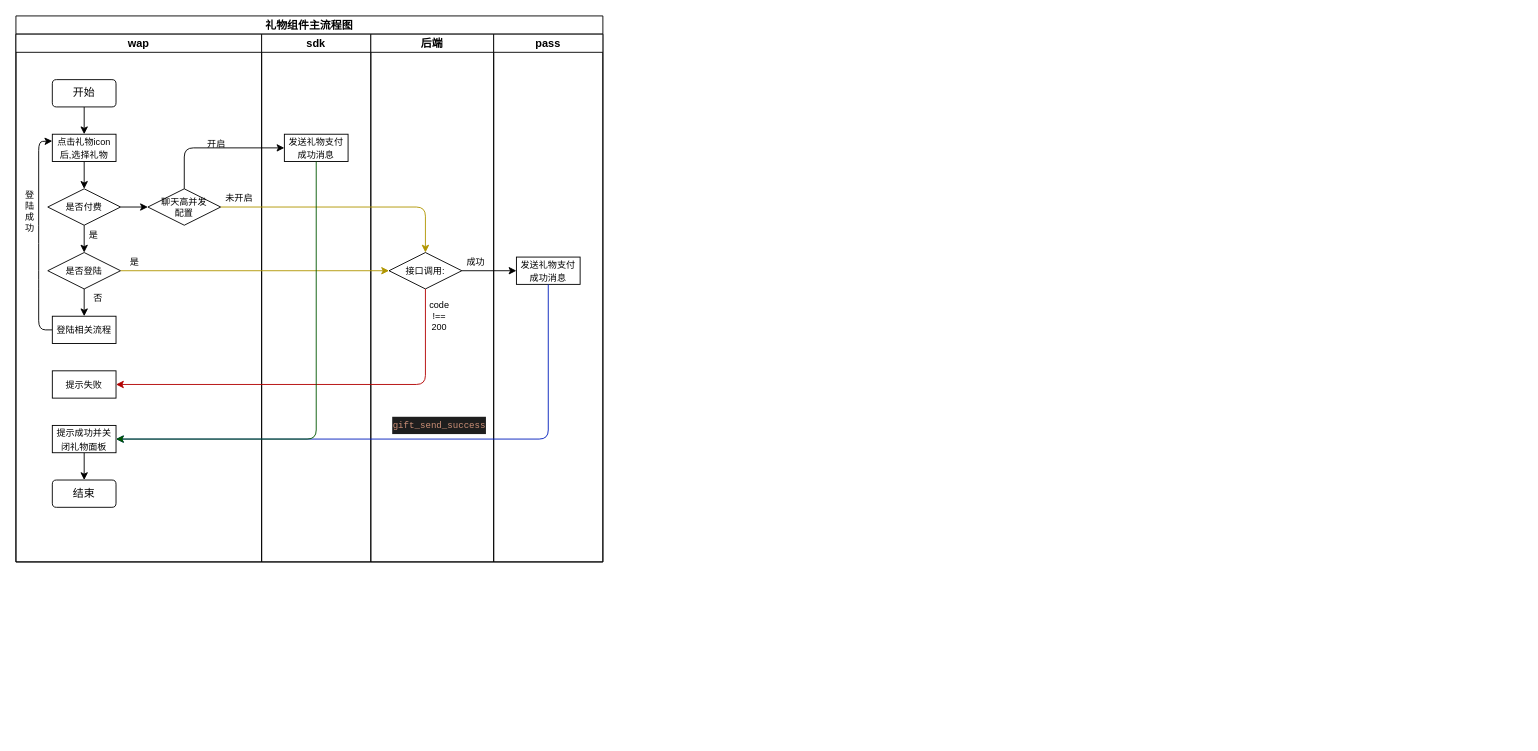
Earlier version of the draw.io diagram src/packages/footer-tools/src/component/gifts/doc/gifts.drawio (github-zoqg/vhall-platform). Source tidied: cells renumbered, new cells numbered last; positions are measured from the earlier drawing's top-left corner, leaving out a move shared by most shapes. Both pictures are drawn from the tidied source at 91%, with x=0, y=0 at pixel (15, 15).
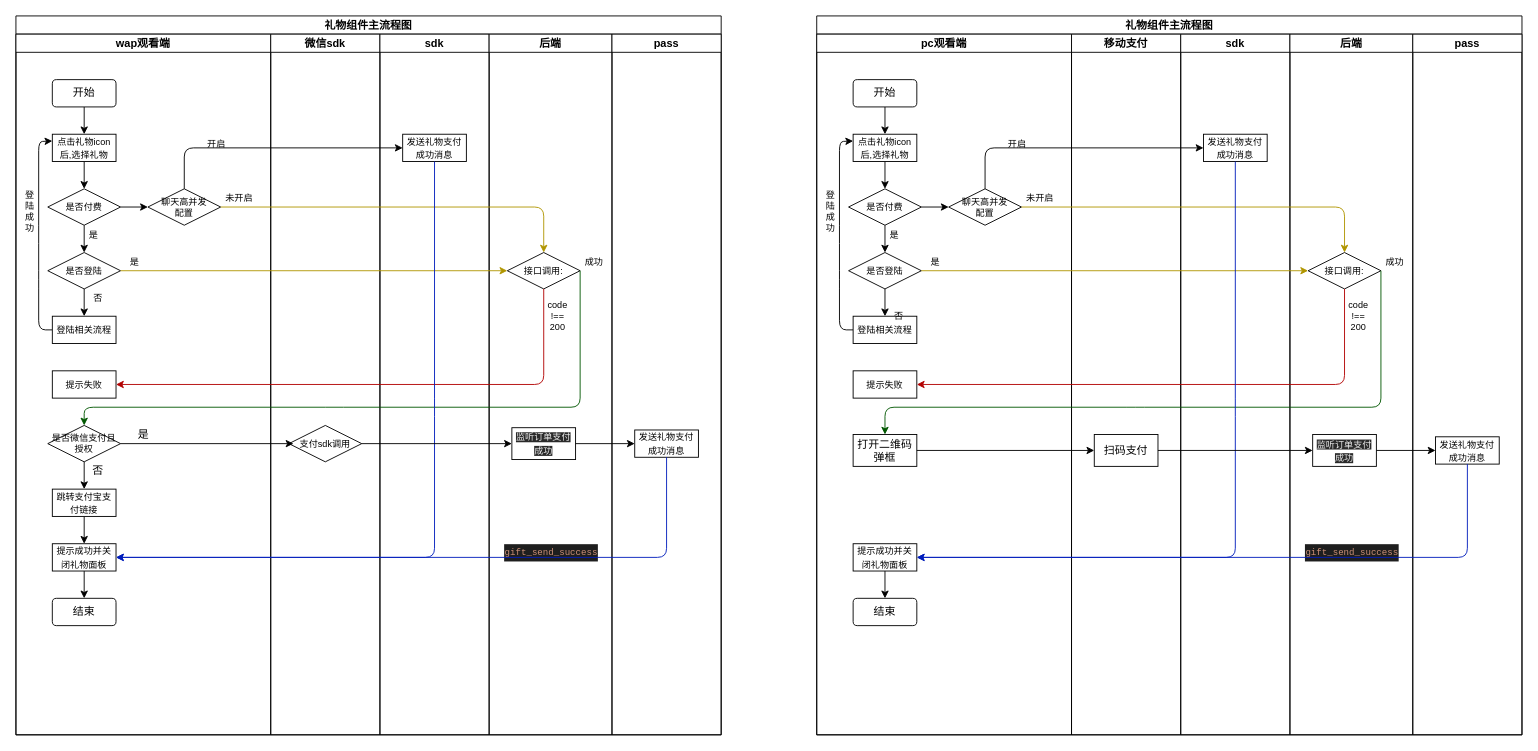
The same page after the edit.

Commit message (it also covers changes not shown here):
feat: 礼物流程图修改

Unchanged cells that the change refers to:
```xml
<mxCell id="18" value="&lt;font style=&quot;font-size: 10px&quot;&gt;提示失败&lt;/font&gt;" style="rounded=0;whiteSpace=wrap;html=1;" parent="3" vertex="1">
  <mxGeometry x="40" y="370" width="70" height="30" as="geometry" />
</mxCell>
<mxCell id="22" value="聊天高并发&lt;br&gt;配置" style="rhombus;whiteSpace=wrap;html=1;fontSize=10;" parent="3" vertex="1">
  <mxGeometry x="145" y="170" width="80" height="40" as="geometry" />
</mxCell>
<mxCell id="26" value="&lt;font style=&quot;font-size: 10px&quot;&gt;发送礼物支付成功消息&lt;/font&gt;" style="rounded=0;whiteSpace=wrap;html=1;" parent="25" vertex="1">
  <mxGeometry x="25" y="110" width="70" height="30" as="geometry" />
</mxCell>
<mxCell id="28" value="接口调用:" style="rhombus;whiteSpace=wrap;html=1;fontSize=10;" parent="27" vertex="1">
  <mxGeometry x="20" y="240" width="80" height="40" as="geometry" />
</mxCell>
```

The edit, as a diff of the source:
```diff
@@
     <mxCell id="2" value="礼物组件主流程图" style="swimlane;startSize=20;" parent="1" vertex="1">
-      <mxGeometry width="645" height="600" as="geometry" />
+      <mxGeometry width="775" height="790" as="geometry" />
     </mxCell>
-    <mxCell id="3" value="wap" style="swimlane;startSize=20;" parent="2" vertex="1">
-      <mxGeometry y="20" width="270" height="580" as="geometry" />
+    <mxCell id="3" value="wap观看端" style="swimlane;startSize=20;" parent="2" vertex="1">
+      <mxGeometry y="20" width="280" height="770" as="geometry" />
     </mxCell>
@@
     <mxCell id="20" value="&lt;font style=&quot;font-size: 10px&quot;&gt;提示成功并关闭礼物面板&lt;/font&gt;" style="rounded=0;whiteSpace=wrap;html=1;" parent="3" vertex="1">
-      <mxGeometry x="40" y="430" width="70" height="30" as="geometry" />
+      <mxGeometry x="40" y="560" width="70" height="30" as="geometry" />
     </mxCell>
     <mxCell id="21" value="结束" style="rounded=1;whiteSpace=wrap;html=1;" parent="3" vertex="1">
-      <mxGeometry x="40" y="490" width="70" height="30" as="geometry" />
+      <mxGeometry x="40" y="620" width="70" height="30" as="geometry" />
     </mxCell>
@@
+    <mxCell id="42" style="edgeStyle=none;html=1;entryX=0.5;entryY=0;entryDx=0;entryDy=0;" parent="3" edge="1" source="43" target="45">
+      <mxGeometry relative="1" as="geometry" />
+    </mxCell>
+    <mxCell id="43" value="是否微信支付且授权" style="rhombus;whiteSpace=wrap;html=1;fontSize=10;" parent="3" vertex="1">
+      <mxGeometry x="35" y="430" width="80" height="40" as="geometry" />
+    </mxCell>
+    <mxCell id="44" style="edgeStyle=none;html=1;entryX=0.5;entryY=0;entryDx=0;entryDy=0;" parent="3" edge="1" source="45" target="20">
+      <mxGeometry relative="1" as="geometry" />
+    </mxCell>
+    <mxCell id="45" value="&lt;span style=&quot;font-size: 10px&quot;&gt;跳转支付宝支付链接&lt;/span&gt;" style="rounded=0;whiteSpace=wrap;html=1;" parent="3" vertex="1">
+      <mxGeometry x="40" y="500" width="70" height="30" as="geometry" />
+    </mxCell>
+    <mxCell id="46" value="微信sdk" style="swimlane;startSize=20;" parent="2" vertex="1">
+      <mxGeometry x="280" y="20" width="120" height="770" as="geometry" />
+    </mxCell>
+    <mxCell id="47" value="支付sdk调用" style="rhombus;whiteSpace=wrap;html=1;fontSize=10;" parent="46" vertex="1">
+      <mxGeometry x="20" y="430" width="80" height="40" as="geometry" />
+    </mxCell>
     <mxCell id="25" value="sdk" style="swimlane;startSize=20;" parent="2" vertex="1">
-      <mxGeometry x="270" y="20" width="120" height="580" as="geometry" />
+      <mxGeometry x="400" y="20" width="120" height="770" as="geometry" />
     </mxCell>
@@
     <mxCell id="27" value="后端" style="swimlane;startSize=20;" parent="2" vertex="1">
-      <mxGeometry x="390" y="20" width="135" height="580" as="geometry" />
+      <mxGeometry x="520" y="20" width="135" height="770" as="geometry" />
     </mxCell>
@@
     <mxCell id="31" value="&lt;div style=&quot;color: rgb(212 , 212 , 212) ; background-color: rgb(30 , 30 , 30) ; font-family: &amp;#34;consolas&amp;#34; , &amp;#34;courier new&amp;#34; , monospace ; line-height: 19px&quot;&gt;&lt;span style=&quot;color: rgb(206 , 145 , 120)&quot;&gt;&lt;font style=&quot;font-size: 10px&quot;&gt;gift_send_success&lt;/font&gt;&lt;/span&gt;&lt;/div&gt;" style="text;html=1;align=center;verticalAlign=middle;strokeColor=none;fillColor=none;fontSize=10;" parent="27" vertex="1">
-      <mxGeometry x="20" y="420" width="110" height="20" as="geometry" />
+      <mxGeometry x="12.5" y="560" width="110" height="20" as="geometry" />
     </mxCell>
+    <mxCell id="48" value="&#10;&#10;&lt;span style=&quot;color: rgb(240, 240, 240); font-family: helvetica; font-size: 10px; font-style: normal; font-weight: 400; letter-spacing: normal; text-align: center; text-indent: 0px; text-transform: none; word-spacing: 0px; background-color: rgb(42, 42, 42); display: inline; float: none;&quot;&gt;监听订单支付成功&lt;/span&gt;&#10;&#10;" style="rounded=0;whiteSpace=wrap;html=1;" parent="27" vertex="1">
+      <mxGeometry x="25" y="432.5" width="70" height="35" as="geometry" />
+    </mxCell>
     <mxCell id="32" value="pass" style="swimlane;startSize=20;" parent="2" vertex="1">
-      <mxGeometry x="525" y="20" width="120" height="580" as="geometry" />
+      <mxGeometry x="655" y="20" width="120" height="770" as="geometry" />
     </mxCell>
     <mxCell id="33" value="&lt;font style=&quot;font-size: 10px&quot;&gt;发送礼物支付成功消息&lt;/font&gt;" style="rounded=0;whiteSpace=wrap;html=1;" parent="32" vertex="1">
-      <mxGeometry x="25" y="245" width="70" height="30" as="geometry" />
+      <mxGeometry x="25" y="435" width="70" height="30" as="geometry" />
     </mxCell>
     <mxCell id="34" style="edgeStyle=none;html=1;fontSize=10;entryX=1;entryY=0.5;entryDx=0;entryDy=0;fillColor=#e51400;strokeColor=#B20000;" parent="2" edge="1" source="28" target="18">
       <mxGeometry relative="1" as="geometry">
         <Array as="points">
-          <mxPoint x="450" y="405" />
+          <mxPoint x="580" y="405" />
         </Array>
       </mxGeometry>
     </mxCell>
-    <mxCell id="35" style="edgeStyle=none;html=1;fontSize=10;" parent="2" edge="1" source="28" target="33">
-      <mxGeometry relative="1" as="geometry" />
+    <mxCell id="35" style="edgeStyle=none;html=1;fontSize=10;entryX=0.5;entryY=0;entryDx=0;entryDy=0;exitX=1;exitY=0.5;exitDx=0;exitDy=0;fillColor=#008a00;strokeColor=#005700;" parent="2" edge="1" source="28" target="43">
+      <mxGeometry relative="1" as="geometry">
+        <Array as="points">
+          <mxPoint x="620" y="430" />
+          <mxPoint x="350" y="430" />
+          <mxPoint x="75" y="430" />
+        </Array>
+      </mxGeometry>
     </mxCell>
     <mxCell id="36" style="edgeStyle=none;html=1;fontSize=10;entryX=1;entryY=0.5;entryDx=0;entryDy=0;fillColor=#0050ef;strokeColor=#001DBC;" parent="2" edge="1" source="33" target="20">
       <mxGeometry relative="1" as="geometry">
         <Array as="points">
-          <mxPoint x="585" y="465" />
+          <mxPoint x="715" y="595" />
         </Array>
       </mxGeometry>
     </mxCell>
@@
     <mxCell id="38" style="edgeStyle=none;html=1;entryX=0.5;entryY=0;entryDx=0;entryDy=0;fontSize=10;exitX=1;exitY=0.5;exitDx=0;exitDy=0;fillColor=#e3c800;strokeColor=#B09500;" parent="2" edge="1" source="22" target="28">
       <mxGeometry relative="1" as="geometry">
         <Array as="points">
-          <mxPoint x="450" y="210" />
+          <mxPoint x="580" y="210" />
         </Array>
       </mxGeometry>
     </mxCell>
@@
-    <mxCell id="40" style="edgeStyle=none;html=1;fontSize=10;entryX=1;entryY=0.5;entryDx=0;entryDy=0;fillColor=#008a00;strokeColor=#005700;" parent="2" edge="1" source="26" target="20">
+    <mxCell id="40" style="edgeStyle=none;html=1;fontSize=10;fillColor=#0050ef;strokeColor=#001DBC;entryX=1;entryY=0.5;entryDx=0;entryDy=0;" parent="2" edge="1" source="26" target="20">
       <mxGeometry relative="1" as="geometry">
         <Array as="points">
-          <mxPoint x="330" y="465" />
+          <mxPoint x="460" y="430" />
+          <mxPoint x="460" y="595" />
         </Array>
       </mxGeometry>
     </mxCell>
+    <mxCell id="49" style="edgeStyle=none;html=1;entryX=0;entryY=0.5;entryDx=0;entryDy=0;" parent="2" edge="1" source="43">
+      <mxGeometry relative="1" as="geometry">
+        <mxPoint x="305" y="470" as="targetPoint" />
+      </mxGeometry>
+    </mxCell>
+    <mxCell id="50" style="edgeStyle=none;html=1;entryX=0;entryY=0.5;entryDx=0;entryDy=0;" parent="2" edge="1" source="47" target="48">
+      <mxGeometry relative="1" as="geometry" />
+    </mxCell>
+    <mxCell id="51" style="edgeStyle=none;html=1;" parent="2" edge="1" source="48" target="33">
+      <mxGeometry relative="1" as="geometry" />
+    </mxCell>
@@
+    <mxCell id="52" value="否" style="text;html=1;align=center;verticalAlign=middle;strokeColor=none;fillColor=none;" parent="1" vertex="1">
+      <mxGeometry x="75" y="490" width="30" height="20" as="geometry" />
+    </mxCell>
+    <mxCell id="53" value="是" style="text;html=1;align=center;verticalAlign=middle;strokeColor=none;fillColor=none;" parent="1" vertex="1">
+      <mxGeometry x="125" y="450" width="30" height="20" as="geometry" />
+    </mxCell>
+    <mxCell id="54" value="礼物组件主流程图" style="swimlane;startSize=20;" parent="1" vertex="1">
+      <mxGeometry x="880" width="775" height="790" as="geometry" />
+    </mxCell>
+    <mxCell id="55" value="pc观看端" style="swimlane;startSize=20;" parent="54" vertex="1">
+      <mxGeometry y="20" width="280" height="770" as="geometry" />
+    </mxCell>
+    <mxCell id="56" style="edgeStyle=none;html=1;exitX=0.5;exitY=1;exitDx=0;exitDy=0;entryX=0.5;entryY=0;entryDx=0;entryDy=0;" parent="55" edge="1" source="57" target="59">
+      <mxGeometry relative="1" as="geometry" />
+    </mxCell>
+    <mxCell id="57" value="开始" style="rounded=1;whiteSpace=wrap;html=1;" parent="55" vertex="1">
+      <mxGeometry x="40" y="50" width="70" height="30" as="geometry" />
+    </mxCell>
+    <mxCell id="58" style="edgeStyle=none;html=1;fontSize=10;" parent="55" edge="1" source="59" target="62">
+      <mxGeometry relative="1" as="geometry" />
+    </mxCell>
+    <mxCell id="59" value="&lt;font style=&quot;font-size: 10px&quot;&gt;点击礼物icon后,选择礼物&lt;/font&gt;" style="rounded=0;whiteSpace=wrap;html=1;" parent="55" vertex="1">
+      <mxGeometry x="40" y="110" width="70" height="30" as="geometry" />
+    </mxCell>
+    <mxCell id="60" style="edgeStyle=none;html=1;fontSize=10;" parent="55" edge="1" source="62" target="64">
+      <mxGeometry relative="1" as="geometry" />
+    </mxCell>
+    <mxCell id="61" style="edgeStyle=none;html=1;fontSize=10;" parent="55" edge="1" source="62" target="74">
+      <mxGeometry relative="1" as="geometry" />
+    </mxCell>
+    <mxCell id="62" value="是否付费" style="rhombus;whiteSpace=wrap;html=1;fontSize=10;" parent="55" vertex="1">
+      <mxGeometry x="35" y="170" width="80" height="40" as="geometry" />
+    </mxCell>
+    <mxCell id="63" style="edgeStyle=none;html=1;fontSize=10;" parent="55" edge="1" source="64" target="66">
+      <mxGeometry relative="1" as="geometry" />
+    </mxCell>
+    <mxCell id="64" value="是否登陆" style="rhombus;whiteSpace=wrap;html=1;fontSize=10;" parent="55" vertex="1">
+      <mxGeometry x="35" y="240" width="80" height="40" as="geometry" />
+    </mxCell>
+    <mxCell id="65" style="edgeStyle=none;html=1;exitX=0;exitY=0.5;exitDx=0;exitDy=0;entryX=0;entryY=0.25;entryDx=0;entryDy=0;fontSize=10;" parent="55" edge="1" source="66" target="59">
+      <mxGeometry relative="1" as="geometry">
+        <Array as="points">
+          <mxPoint x="25" y="325" />
+          <mxPoint x="25" y="270" />
+          <mxPoint x="25" y="220" />
+          <mxPoint x="25" y="118" />
+        </Array>
+      </mxGeometry>
+    </mxCell>
+    <mxCell id="66" value="&lt;font style=&quot;font-size: 10px&quot;&gt;登陆相关流程&lt;/font&gt;" style="rounded=0;whiteSpace=wrap;html=1;" parent="55" vertex="1">
+      <mxGeometry x="40" y="310" width="70" height="30" as="geometry" />
+    </mxCell>
+    <mxCell id="67" value="登&lt;br&gt;陆&lt;br&gt;成&lt;br&gt;功" style="text;html=1;align=center;verticalAlign=middle;strokeColor=none;fillColor=none;fontSize=10;" parent="55" vertex="1">
+      <mxGeometry y="170" width="30" height="50" as="geometry" />
+    </mxCell>
+    <mxCell id="68" value="是" style="text;html=1;align=center;verticalAlign=middle;strokeColor=none;fillColor=none;fontSize=10;" parent="55" vertex="1">
+      <mxGeometry x="70" y="210" width="30" height="20" as="geometry" />
+    </mxCell>
+    <mxCell id="69" value="是" style="text;html=1;align=center;verticalAlign=middle;strokeColor=none;fillColor=none;fontSize=10;" parent="55" vertex="1">
+      <mxGeometry x="115" y="240" width="30" height="20" as="geometry" />
+    </mxCell>
+    <mxCell id="70" value="&lt;font style=&quot;font-size: 10px&quot;&gt;提示失败&lt;/font&gt;" style="rounded=0;whiteSpace=wrap;html=1;" parent="55" vertex="1">
+      <mxGeometry x="40" y="370" width="70" height="30" as="geometry" />
+    </mxCell>
+    <mxCell id="71" style="edgeStyle=none;html=1;fontSize=10;" parent="55" edge="1" source="72" target="73">
+      <mxGeometry relative="1" as="geometry" />
+    </mxCell>
+    <mxCell id="72" value="&lt;font style=&quot;font-size: 10px&quot;&gt;提示成功并关闭礼物面板&lt;/font&gt;" style="rounded=0;whiteSpace=wrap;html=1;" parent="55" vertex="1">
+      <mxGeometry x="40" y="560" width="70" height="30" as="geometry" />
+    </mxCell>
+    <mxCell id="73" value="结束" style="rounded=1;whiteSpace=wrap;html=1;" parent="55" vertex="1">
+      <mxGeometry x="40" y="620" width="70" height="30" as="geometry" />
+    </mxCell>
+    <mxCell id="74" value="聊天高并发&lt;br&gt;配置" style="rhombus;whiteSpace=wrap;html=1;fontSize=10;" parent="55" vertex="1">
+      <mxGeometry x="145" y="170" width="80" height="40" as="geometry" />
+    </mxCell>
+    <mxCell id="75" value="未开启" style="text;html=1;align=center;verticalAlign=middle;strokeColor=none;fillColor=none;fontSize=10;" parent="55" vertex="1">
+      <mxGeometry x="220" y="170" width="50" height="20" as="geometry" />
+    </mxCell>
+    <mxCell id="76" value="开启" style="text;html=1;align=center;verticalAlign=middle;strokeColor=none;fillColor=none;fontSize=10;" parent="55" vertex="1">
+      <mxGeometry x="200" y="110" width="40" height="20" as="geometry" />
+    </mxCell>
+    <mxCell id="77" value="打开二维码弹框" style="rounded=0;whiteSpace=wrap;html=1;" parent="55" vertex="1">
+      <mxGeometry x="40" y="440" width="70" height="35" as="geometry" />
+    </mxCell>
+    <mxCell id="78" value="移动支付" style="swimlane;startSize=20;" parent="54" vertex="1">
+      <mxGeometry x="280" y="20" width="120" height="770" as="geometry" />
+    </mxCell>
+    <mxCell id="79" value="扫码支付" style="rounded=0;whiteSpace=wrap;html=1;" parent="78" vertex="1">
+      <mxGeometry x="25" y="440" width="70" height="35" as="geometry" />
+    </mxCell>
+    <mxCell id="80" value="sdk" style="swimlane;startSize=20;" parent="54" vertex="1">
+      <mxGeometry x="400" y="20" width="120" height="770" as="geometry" />
+    </mxCell>
+    <mxCell id="81" value="&lt;font style=&quot;font-size: 10px&quot;&gt;发送礼物支付成功消息&lt;/font&gt;" style="rounded=0;whiteSpace=wrap;html=1;" parent="80" vertex="1">
+      <mxGeometry x="25" y="110" width="70" height="30" as="geometry" />
+    </mxCell>
+    <mxCell id="82" value="后端" style="swimlane;startSize=20;" parent="54" vertex="1">
+      <mxGeometry x="520" y="20" width="135" height="770" as="geometry" />
+    </mxCell>
+    <mxCell id="83" value="接口调用:" style="rhombus;whiteSpace=wrap;html=1;fontSize=10;" parent="82" vertex="1">
+      <mxGeometry x="20" y="240" width="80" height="40" as="geometry" />
+    </mxCell>
+    <mxCell id="84" value="code&lt;br&gt;!==&lt;br&gt;200" style="text;html=1;align=center;verticalAlign=middle;strokeColor=none;fillColor=none;fontSize=10;" parent="82" vertex="1">
+      <mxGeometry x="55" y="290" width="40" height="40" as="geometry" />
+    </mxCell>
+    <mxCell id="85" value="成功" style="text;html=1;align=center;verticalAlign=middle;strokeColor=none;fillColor=none;fontSize=10;" parent="82" vertex="1">
+      <mxGeometry x="95" y="240" width="40" height="20" as="geometry" />
+    </mxCell>
+    <mxCell id="86" value="&lt;div style=&quot;color: rgb(212 , 212 , 212) ; background-color: rgb(30 , 30 , 30) ; font-family: &amp;#34;consolas&amp;#34; , &amp;#34;courier new&amp;#34; , monospace ; line-height: 19px&quot;&gt;&lt;span style=&quot;color: rgb(206 , 145 , 120)&quot;&gt;&lt;font style=&quot;font-size: 10px&quot;&gt;gift_send_success&lt;/font&gt;&lt;/span&gt;&lt;/div&gt;" style="text;html=1;align=center;verticalAlign=middle;strokeColor=none;fillColor=none;fontSize=10;" parent="82" vertex="1">
+      <mxGeometry x="12.5" y="560" width="110" height="20" as="geometry" />
+    </mxCell>
+    <mxCell id="87" value="&#10;&#10;&lt;span style=&quot;color: rgb(240, 240, 240); font-family: helvetica; font-size: 10px; font-style: normal; font-weight: 400; letter-spacing: normal; text-align: center; text-indent: 0px; text-transform: none; word-spacing: 0px; background-color: rgb(42, 42, 42); display: inline; float: none;&quot;&gt;监听订单支付成功&lt;/span&gt;&#10;&#10;" style="rounded=0;whiteSpace=wrap;html=1;" parent="82" vertex="1">
+      <mxGeometry x="25" y="440" width="70" height="35" as="geometry" />
+    </mxCell>
+    <mxCell id="88" value="pass" style="swimlane;startSize=20;" parent="54" vertex="1">
+      <mxGeometry x="655" y="20" width="120" height="770" as="geometry" />
+    </mxCell>
+    <mxCell id="89" value="&lt;font style=&quot;font-size: 10px&quot;&gt;发送礼物支付成功消息&lt;/font&gt;" style="rounded=0;whiteSpace=wrap;html=1;" parent="88" vertex="1">
+      <mxGeometry x="25" y="442.5" width="70" height="30" as="geometry" />
+    </mxCell>
+    <mxCell id="90" style="edgeStyle=none;html=1;fontSize=10;entryX=1;entryY=0.5;entryDx=0;entryDy=0;fillColor=#e51400;strokeColor=#B20000;" parent="54" edge="1" source="83" target="70">
+      <mxGeometry relative="1" as="geometry">
+        <Array as="points">
+          <mxPoint x="580" y="405" />
+        </Array>
+      </mxGeometry>
+    </mxCell>
+    <mxCell id="91" style="edgeStyle=none;html=1;fontSize=10;entryX=0.5;entryY=0;entryDx=0;entryDy=0;exitX=1;exitY=0.5;exitDx=0;exitDy=0;fillColor=#008a00;strokeColor=#005700;" parent="54" edge="1" source="83" target="77">
+      <mxGeometry relative="1" as="geometry">
+        <Array as="points">
+          <mxPoint x="620" y="430" />
+          <mxPoint x="350" y="430" />
+          <mxPoint x="75" y="430" />
+        </Array>
+      </mxGeometry>
+    </mxCell>
+    <mxCell id="92" style="edgeStyle=none;html=1;fontSize=10;entryX=1;entryY=0.5;entryDx=0;entryDy=0;fillColor=#0050ef;strokeColor=#001DBC;" parent="54" edge="1" source="89" target="72">
+      <mxGeometry relative="1" as="geometry">
+        <Array as="points">
+          <mxPoint x="715" y="595" />
+        </Array>
+      </mxGeometry>
+    </mxCell>
+    <mxCell id="93" style="edgeStyle=none;html=1;exitX=1;exitY=0.5;exitDx=0;exitDy=0;fontSize=10;entryX=0;entryY=0.5;entryDx=0;entryDy=0;fillColor=#e3c800;strokeColor=#B09500;" parent="54" edge="1" source="64" target="83">
+      <mxGeometry relative="1" as="geometry" />
+    </mxCell>
+    <mxCell id="94" style="edgeStyle=none;html=1;entryX=0.5;entryY=0;entryDx=0;entryDy=0;fontSize=10;exitX=1;exitY=0.5;exitDx=0;exitDy=0;fillColor=#e3c800;strokeColor=#B09500;" parent="54" edge="1" source="74" target="83">
+      <mxGeometry relative="1" as="geometry">
+        <Array as="points">
+          <mxPoint x="580" y="210" />
+        </Array>
+      </mxGeometry>
+    </mxCell>
+    <mxCell id="95" style="edgeStyle=none;html=1;fontSize=10;entryX=0;entryY=0.5;entryDx=0;entryDy=0;" parent="54" edge="1" source="74" target="81">
+      <mxGeometry relative="1" as="geometry">
+        <Array as="points">
+          <mxPoint x="185" y="145" />
+        </Array>
+      </mxGeometry>
+    </mxCell>
+    <mxCell id="96" style="edgeStyle=none;html=1;fontSize=10;fillColor=#0050ef;strokeColor=#001DBC;entryX=1;entryY=0.5;entryDx=0;entryDy=0;" parent="54" edge="1" source="81" target="72">
+      <mxGeometry relative="1" as="geometry">
+        <Array as="points">
+          <mxPoint x="460" y="430" />
+          <mxPoint x="460" y="595" />
+        </Array>
+      </mxGeometry>
+    </mxCell>
+    <mxCell id="97" style="edgeStyle=none;html=1;entryX=0;entryY=0.5;entryDx=0;entryDy=0;exitX=1;exitY=0.5;exitDx=0;exitDy=0;" parent="54" edge="1" source="79" target="87">
+      <mxGeometry relative="1" as="geometry" />
+    </mxCell>
+    <mxCell id="98" style="edgeStyle=none;html=1;" parent="54" edge="1" source="87" target="89">
+      <mxGeometry relative="1" as="geometry" />
+    </mxCell>
+    <mxCell id="99" style="edgeStyle=none;html=1;entryX=0;entryY=0.5;entryDx=0;entryDy=0;" parent="54" edge="1" source="77" target="79">
+      <mxGeometry relative="1" as="geometry" />
+    </mxCell>
+    <mxCell id="100" value="否" style="text;html=1;align=center;verticalAlign=middle;strokeColor=none;fillColor=none;fontSize=10;" parent="1" vertex="1">
+      <mxGeometry x="955" y="320" width="30" height="20" as="geometry" />
+    </mxCell>
```
